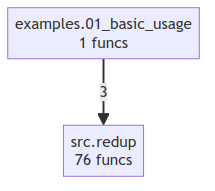
Above: project/compact_flow.png in semcod/redup (Mermaid), before the change. Its source is kept beside it as project/compact_flow.mmd.
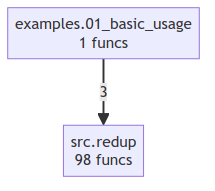
After the change.

Change to the diagram source:
```diff
@@ -1,4 +1,4 @@
 flowchart TD
     examples_01_basic_usage["examples.01_basic_usage<br/>1 funcs"]
-    src_redup["src.redup<br/>76 funcs"]
+    src_redup["src.redup<br/>98 funcs"]
     examples_01_basic_usage -->|3| src_redup
```
